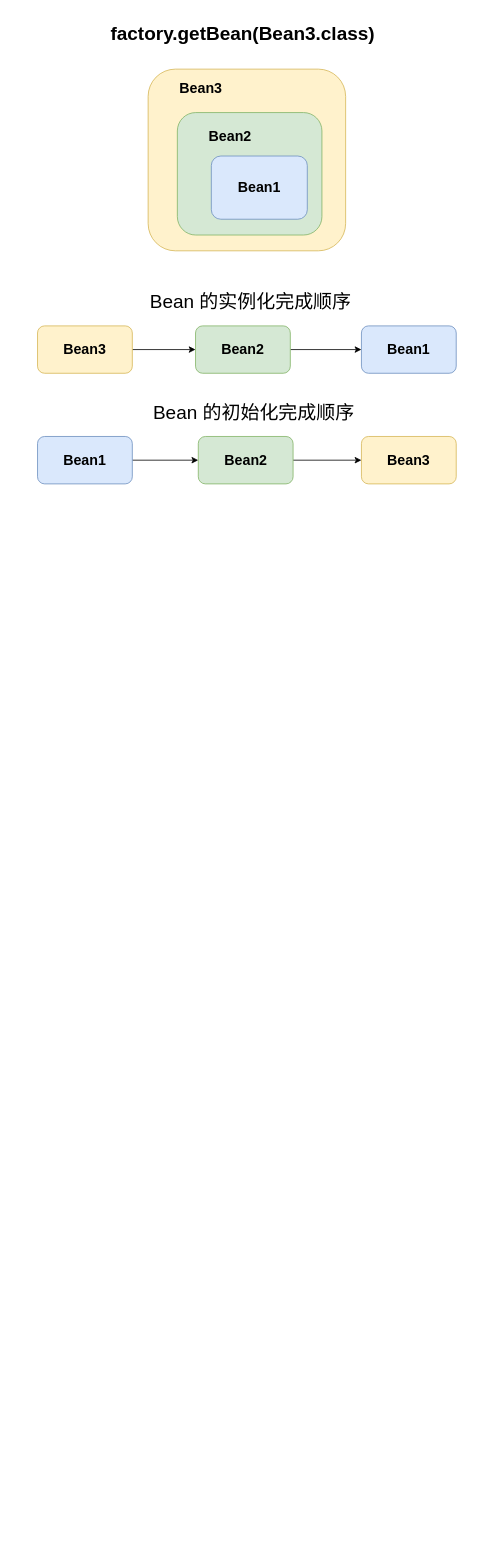
Before: spring/spring循环引用问题.drawio in GitHeP/diagrams, a draw.io diagram. Source tidied: cells renumbered, new cells numbered last; positions are measured from the earlier drawing's top-left corner, leaving out a move shared by most shapes. Both pictures are drawn from the tidied source at 79%, with x=0, y=0 at pixel (37, 13).
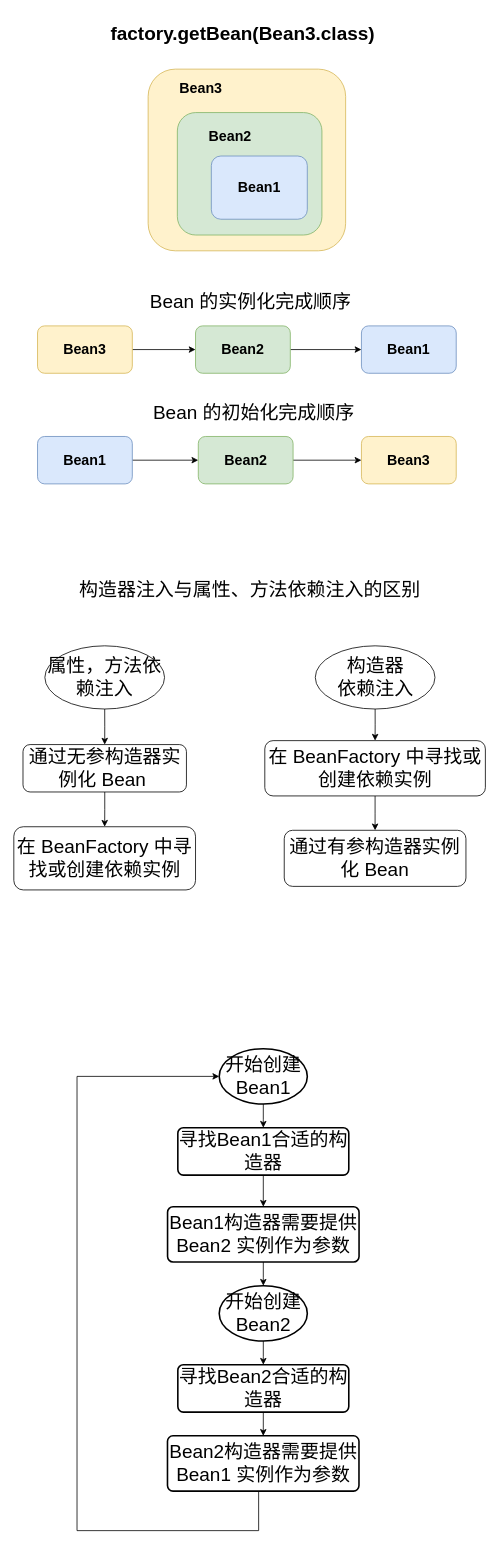
After the change.

Commit message (it also covers changes not shown here):
更新spring循环引用问题.drawio

Diff of the diagram source:
```diff
@@
+    <mxCell id="27" style="edgeStyle=orthogonalEdgeStyle;rounded=0;jettySize=auto;html=1;fontSize=24;" parent="1" edge="1" source="28" target="29">
+      <mxGeometry relative="1" as="geometry" />
+    </mxCell>
+    <mxCell id="28" value="通过无参构造器实例化 Bean&amp;nbsp;" style="rounded=1;whiteSpace=wrap;html=1;fontSize=24;" parent="1" vertex="1">
+      <mxGeometry x="-18.4" y="925" width="206.9" height="60" as="geometry" />
+    </mxCell>
+    <mxCell id="29" value="在 BeanFactory 中寻找或创建依赖实例" style="rounded=1;whiteSpace=wrap;html=1;fontSize=24;" parent="1" vertex="1">
+      <mxGeometry x="-30" y="1029" width="230" height="80" as="geometry" />
+    </mxCell>
+    <mxCell id="30" style="edgeStyle=orthogonalEdgeStyle;rounded=0;jettySize=auto;html=1;entryX=0.5;entryY=0;entryDx=0;entryDy=0;fontSize=24;" parent="1" edge="1" source="31" target="28">
+      <mxGeometry relative="1" as="geometry" />
+    </mxCell>
+    <mxCell id="31" value="属性，方法依赖注入" style="ellipse;whiteSpace=wrap;html=1;fontSize=24;" parent="1" vertex="1">
+      <mxGeometry x="9.3" y="800" width="151.5" height="80" as="geometry" />
+    </mxCell>
+    <mxCell id="32" style="edgeStyle=orthogonalEdgeStyle;rounded=0;jettySize=auto;html=1;fontSize=24;" parent="1" edge="1" source="33" target="34">
+      <mxGeometry relative="1" as="geometry" />
+    </mxCell>
+    <mxCell id="33" value="在 BeanFactory 中寻找或创建依赖实例" style="rounded=1;whiteSpace=wrap;html=1;fontSize=24;" parent="1" vertex="1">
+      <mxGeometry x="287.7" y="920" width="279.2" height="70" as="geometry" />
+    </mxCell>
+    <mxCell id="34" value="通过有参构造器实例化 Bean" style="rounded=1;whiteSpace=wrap;html=1;fontSize=24;" parent="1" vertex="1">
+      <mxGeometry x="312.3" y="1033.5" width="230" height="71" as="geometry" />
+    </mxCell>
+    <mxCell id="35" style="edgeStyle=orthogonalEdgeStyle;rounded=0;jettySize=auto;html=1;entryX=0.5;entryY=0;entryDx=0;entryDy=0;fontSize=24;" parent="1" edge="1" source="36" target="33">
+      <mxGeometry relative="1" as="geometry" />
+    </mxCell>
+    <mxCell id="36" value="构造器&lt;br&gt;依赖注入" style="ellipse;whiteSpace=wrap;html=1;fontSize=24;" parent="1" vertex="1">
+      <mxGeometry x="351.6" y="800" width="151.5" height="80" as="geometry" />
+    </mxCell>
+    <mxCell id="37" value="构造器注入与属性、方法依赖注入的区别" style="text;html=1;strokeColor=none;fillColor=none;align=center;verticalAlign=middle;whiteSpace=wrap;rounded=0;fontSize=24;" parent="1" vertex="1">
+      <mxGeometry x="38.5" y="700" width="460" height="60" as="geometry" />
+    </mxCell>
+    <mxCell id="38" style="edgeStyle=orthogonalEdgeStyle;rounded=0;jettySize=auto;html=1;entryX=0.5;entryY=0;entryDx=0;entryDy=0;fontSize=24;" parent="1" edge="1" source="39" target="41">
+      <mxGeometry relative="1" as="geometry" />
+    </mxCell>
+    <mxCell id="39" value="开始创建 Bean1" style="strokeWidth=2;html=1;shape=mxgraph.flowchart.start_1;whiteSpace=wrap;fontSize=24;" parent="1" vertex="1">
+      <mxGeometry x="230" y="1310" width="111.5" height="70" as="geometry" />
+    </mxCell>
+    <mxCell id="40" style="edgeStyle=orthogonalEdgeStyle;rounded=0;jettySize=auto;html=1;fontSize=24;" parent="1" edge="1" source="41" target="43">
+      <mxGeometry relative="1" as="geometry" />
+    </mxCell>
+    <mxCell id="41" value="寻找Bean1合适的构造器" style="rounded=1;whiteSpace=wrap;html=1;absoluteArcSize=1;arcSize=14;strokeWidth=2;fontSize=24;" parent="1" vertex="1">
+      <mxGeometry x="177.6" y="1410" width="216.4" height="60" as="geometry" />
+    </mxCell>
+    <mxCell id="42" style="edgeStyle=orthogonalEdgeStyle;rounded=0;jettySize=auto;html=1;fontSize=24;" parent="1" edge="1" source="43" target="49">
+      <mxGeometry relative="1" as="geometry" />
+    </mxCell>
+    <mxCell id="43" value="Bean1构造器需要提供 Bean2 实例作为参数" style="rounded=1;whiteSpace=wrap;html=1;absoluteArcSize=1;arcSize=14;strokeWidth=2;fontSize=24;" parent="1" vertex="1">
+      <mxGeometry x="164.6" y="1510" width="242.4" height="70" as="geometry" />
+    </mxCell>
+    <mxCell id="44" style="edgeStyle=orthogonalEdgeStyle;rounded=0;jettySize=auto;html=1;fontSize=24;" parent="1" edge="1" source="45" target="47">
+      <mxGeometry relative="1" as="geometry" />
+    </mxCell>
+    <mxCell id="45" value="寻找Bean2合适的构造器" style="rounded=1;whiteSpace=wrap;html=1;absoluteArcSize=1;arcSize=14;strokeWidth=2;fontSize=24;" parent="1" vertex="1">
+      <mxGeometry x="177.6" y="1710" width="216.4" height="60" as="geometry" />
+    </mxCell>
+    <mxCell id="46" style="edgeStyle=orthogonalEdgeStyle;rounded=0;jettySize=auto;html=1;entryX=0;entryY=0.5;entryDx=0;entryDy=0;entryPerimeter=0;fontSize=24;exitX=0.476;exitY=1;exitDx=0;exitDy=0;exitPerimeter=0;" parent="1" edge="1" source="47" target="39">
+      <mxGeometry relative="1" as="geometry">
+        <Array as="points">
+          <mxPoint x="280" y="1920" />
+          <mxPoint x="50" y="1920" />
+          <mxPoint x="50" y="1345" />
+        </Array>
+      </mxGeometry>
+    </mxCell>
+    <mxCell id="47" value="Bean2构造器需要提供 Bean1 实例作为参数" style="rounded=1;whiteSpace=wrap;html=1;absoluteArcSize=1;arcSize=14;strokeWidth=2;fontSize=24;" parent="1" vertex="1">
+      <mxGeometry x="164.5" y="1800" width="242.4" height="70" as="geometry" />
+    </mxCell>
+    <mxCell id="48" style="edgeStyle=orthogonalEdgeStyle;rounded=0;jettySize=auto;html=1;fontSize=24;" parent="1" edge="1" source="49" target="45">
+      <mxGeometry relative="1" as="geometry" />
+    </mxCell>
+    <mxCell id="49" value="开始创建 Bean2" style="strokeWidth=2;html=1;shape=mxgraph.flowchart.start_1;whiteSpace=wrap;fontSize=24;" parent="1" vertex="1">
+      <mxGeometry x="230" y="1610" width="111.5" height="70" as="geometry" />
+    </mxCell>
```
